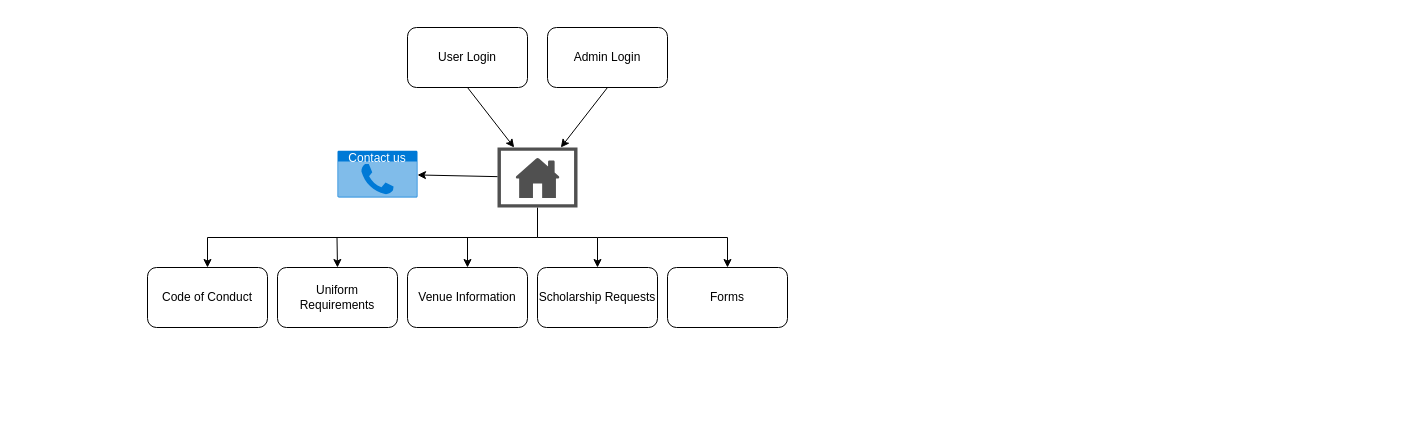
Above: flowchart.drawio in rachelconrey/capstone-project (draw.io), before the change. Source tidied: cells renumbered, new cells numbered last; positions are measured from the earlier drawing's top-left corner, leaving out a move shared by most shapes. Both pictures are drawn from the tidied source at 100%, with x=0, y=0 at pixel (147, 27).
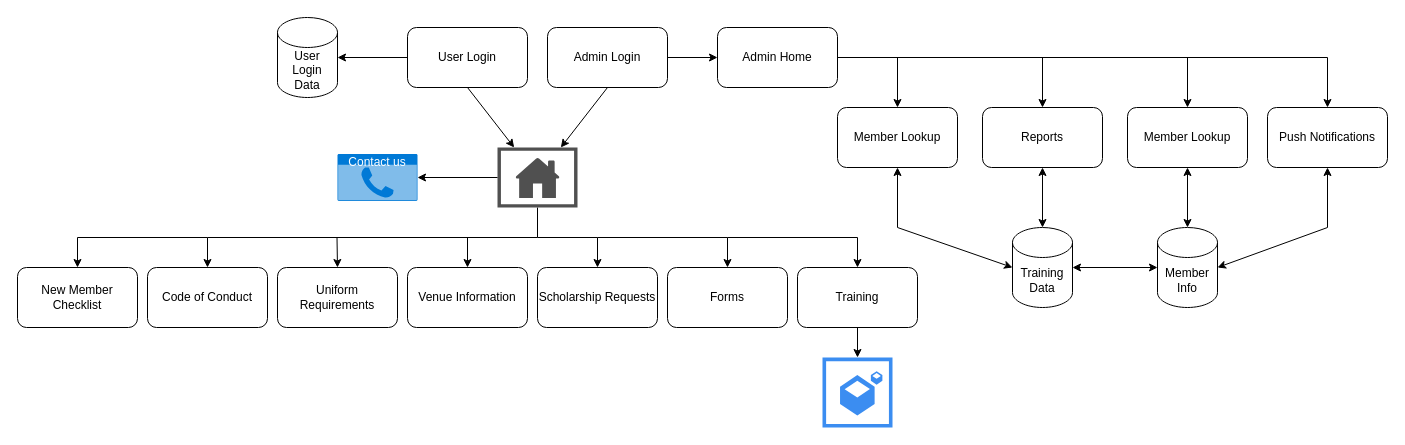
Above is the later version.

Unchanged cells that the change refers to:
```xml
<mxCell id="2" value="User Login" style="rounded=1;whiteSpace=wrap;html=1;" parent="1" vertex="1">
  <mxGeometry x="260" width="120" height="60" as="geometry" />
</mxCell>
```

Change to the diagram source:
```diff
@@
-    <mxCell id="6" value="Admin Login" style="rounded=1;whiteSpace=wrap;html=1;" parent="1" vertex="1">
-      <mxGeometry x="400" width="120" height="60" as="geometry" />
-    </mxCell>
@@
     <mxCell id="13" value="Contact us" style="html=1;whiteSpace=wrap;strokeColor=none;fillColor=#0079D6;labelPosition=center;verticalLabelPosition=middle;verticalAlign=top;align=center;fontSize=12;outlineConnect=0;spacingTop=-6;fontColor=#FFFFFF;sketch=0;shape=mxgraph.sitemap.contact_us;" parent="1" vertex="1">
-      <mxGeometry x="190" y="123.2" width="80" height="46.8" as="geometry" />
+      <mxGeometry x="190" y="126.6" width="80" height="46.8" as="geometry" />
     </mxCell>
@@
+    <mxCell id="19" value="Admin Login" style="rounded=1;whiteSpace=wrap;html=1;" parent="1" vertex="1">
+      <mxGeometry x="400" width="120" height="60" as="geometry" />
+    </mxCell>
+    <mxCell id="20" value="Admin Home" style="rounded=1;whiteSpace=wrap;html=1;" parent="1" vertex="1">
+      <mxGeometry x="570" width="120" height="60" as="geometry" />
+    </mxCell>
+    <mxCell id="21" value="Member Lookup" style="rounded=1;whiteSpace=wrap;html=1;" parent="1" vertex="1">
+      <mxGeometry x="690" y="80" width="120" height="60" as="geometry" />
+    </mxCell>
+    <mxCell id="22" value="Training Data" style="shape=cylinder3;whiteSpace=wrap;html=1;boundedLbl=1;backgroundOutline=1;size=15;" parent="1" vertex="1">
+      <mxGeometry x="865" y="200" width="60" height="80" as="geometry" />
+    </mxCell>
+    <mxCell id="23" value="Member Info" style="shape=cylinder3;whiteSpace=wrap;html=1;boundedLbl=1;backgroundOutline=1;size=15;" parent="1" vertex="1">
+      <mxGeometry x="1010" y="200" width="60" height="80" as="geometry" />
+    </mxCell>
+    <mxCell id="24" style="endArrow=classic;html=1;rounded=0;exitX=1;exitY=0.5;exitDx=0;exitDy=0;entryX=0;entryY=0.5;entryDx=0;entryDy=0;" parent="1" edge="1" source="19" target="20">
+      <mxGeometry relative="1" as="geometry" />
+    </mxCell>
+    <mxCell id="25" value="Training" style="rounded=1;whiteSpace=wrap;html=1;" parent="1" vertex="1">
+      <mxGeometry x="650" y="240" width="120" height="60" as="geometry" />
+    </mxCell>
+    <mxCell id="26" style="endArrow=classic;html=1;rounded=0;entryX=0.5;entryY=0;entryDx=0;entryDy=0;" parent="1" edge="1" target="25">
+      <mxGeometry relative="1" as="geometry">
+        <mxPoint x="580" y="210" as="sourcePoint" />
+        <Array as="points">
+          <mxPoint x="710" y="210" />
+        </Array>
+      </mxGeometry>
+    </mxCell>
+    <mxCell id="27" style="sketch=0;html=1;strokeColor=none;shadow=0;fillColor=#3B8DF1;verticalAlign=top;labelPosition=center;verticalLabelPosition=bottom;shape=mxgraph.gcp2.repository_primary;" parent="1" vertex="1">
+      <mxGeometry x="675" y="330" width="70" height="70" as="geometry" />
+    </mxCell>
+    <mxCell id="28" style="endArrow=classic;html=1;rounded=0;exitX=0.5;exitY=1;exitDx=0;exitDy=0;" parent="1" edge="1" source="25">
+      <mxGeometry relative="1" as="geometry">
+        <mxPoint x="710" y="330" as="targetPoint" />
+      </mxGeometry>
+    </mxCell>
+    <mxCell id="6" value="Reports" style="rounded=1;whiteSpace=wrap;html=1;" parent="1" vertex="1">
+      <mxGeometry x="835" y="80" width="120" height="60" as="geometry" />
+    </mxCell>
+    <mxCell id="29" value="Member Lookup" style="rounded=1;whiteSpace=wrap;html=1;" parent="1" vertex="1">
+      <mxGeometry x="980" y="80" width="120" height="60" as="geometry" />
+    </mxCell>
+    <mxCell id="30" value="Push Notifications" style="rounded=1;whiteSpace=wrap;html=1;" parent="1" vertex="1">
+      <mxGeometry x="1120" y="80" width="120" height="60" as="geometry" />
+    </mxCell>
+    <mxCell id="31" style="endArrow=classic;html=1;rounded=0;exitX=1;exitY=0.5;exitDx=0;exitDy=0;entryX=0.5;entryY=0;entryDx=0;entryDy=0;" parent="1" edge="1" source="20" target="30">
+      <mxGeometry relative="1" as="geometry">
+        <Array as="points">
+          <mxPoint x="1180" y="30" />
+        </Array>
+      </mxGeometry>
+    </mxCell>
+    <mxCell id="32" style="endArrow=classic;html=1;rounded=0;" parent="1" edge="1" target="29">
+      <mxGeometry relative="1" as="geometry">
+        <mxPoint x="1040" y="30" as="sourcePoint" />
+      </mxGeometry>
+    </mxCell>
+    <mxCell id="33" style="endArrow=classic;html=1;rounded=0;entryX=0.5;entryY=0;entryDx=0;entryDy=0;" parent="1" edge="1" target="6">
+      <mxGeometry relative="1" as="geometry">
+        <mxPoint x="895" y="30" as="sourcePoint" />
+      </mxGeometry>
+    </mxCell>
+    <mxCell id="34" style="endArrow=classic;html=1;rounded=0;entryX=0.5;entryY=0;entryDx=0;entryDy=0;" parent="1" edge="1" target="21">
+      <mxGeometry relative="1" as="geometry">
+        <mxPoint x="750" y="30" as="sourcePoint" />
+      </mxGeometry>
+    </mxCell>
+    <mxCell id="35" style="endArrow=classic;startArrow=classic;html=1;rounded=0;entryX=0.5;entryY=1;entryDx=0;entryDy=0;exitX=0.5;exitY=0;exitDx=0;exitDy=0;exitPerimeter=0;" parent="1" edge="1" source="22" target="6">
+      <mxGeometry relative="1" as="geometry" />
+    </mxCell>
+    <mxCell id="36" style="endArrow=classic;startArrow=classic;html=1;rounded=0;entryX=0.5;entryY=1;entryDx=0;entryDy=0;exitX=0.5;exitY=0;exitDx=0;exitDy=0;exitPerimeter=0;" parent="1" edge="1" source="23" target="29">
+      <mxGeometry relative="1" as="geometry" />
+    </mxCell>
+    <mxCell id="37" style="endArrow=classic;startArrow=classic;html=1;rounded=0;entryX=0;entryY=0.5;entryDx=0;entryDy=0;entryPerimeter=0;exitX=1;exitY=0.5;exitDx=0;exitDy=0;exitPerimeter=0;" parent="1" edge="1" source="22" target="23">
+      <mxGeometry relative="1" as="geometry" />
+    </mxCell>
+    <mxCell id="38" value="User Login Data" style="shape=cylinder3;whiteSpace=wrap;html=1;boundedLbl=1;backgroundOutline=1;size=15;" parent="1" vertex="1">
+      <mxGeometry x="130" y="-10" width="60" height="80" as="geometry" />
+    </mxCell>
+    <mxCell id="39" style="endArrow=classic;html=1;rounded=0;exitX=0;exitY=0.5;exitDx=0;exitDy=0;entryX=1;entryY=0.5;entryDx=0;entryDy=0;entryPerimeter=0;" parent="1" edge="1" source="2" target="38">
+      <mxGeometry relative="1" as="geometry" />
+    </mxCell>
+    <mxCell id="40" style="endArrow=classic;startArrow=classic;html=1;rounded=0;entryX=0.5;entryY=1;entryDx=0;entryDy=0;exitX=0;exitY=0.5;exitDx=0;exitDy=0;exitPerimeter=0;" parent="1" edge="1" source="22" target="21">
+      <mxGeometry relative="1" as="geometry">
+        <Array as="points">
+          <mxPoint x="750" y="200" />
+        </Array>
+      </mxGeometry>
+    </mxCell>
+    <mxCell id="41" style="endArrow=classic;startArrow=classic;html=1;rounded=0;entryX=0.5;entryY=1;entryDx=0;entryDy=0;exitX=1;exitY=0.5;exitDx=0;exitDy=0;exitPerimeter=0;" parent="1" edge="1" source="23" target="30">
+      <mxGeometry relative="1" as="geometry">
+        <Array as="points">
+          <mxPoint x="1180" y="200" />
+        </Array>
+      </mxGeometry>
+    </mxCell>
+    <mxCell id="42" value="New Member Checklist" style="rounded=1;whiteSpace=wrap;html=1;" parent="1" vertex="1">
+      <mxGeometry x="-130" y="240" width="120" height="60" as="geometry" />
+    </mxCell>
+    <mxCell id="43" style="endArrow=classic;html=1;rounded=0;entryX=0.5;entryY=0;entryDx=0;entryDy=0;" parent="1" edge="1" target="42">
+      <mxGeometry relative="1" as="geometry">
+        <mxPoint x="60" y="210" as="sourcePoint" />
+        <Array as="points">
+          <mxPoint x="-70" y="210" />
+        </Array>
+      </mxGeometry>
+    </mxCell>
```
